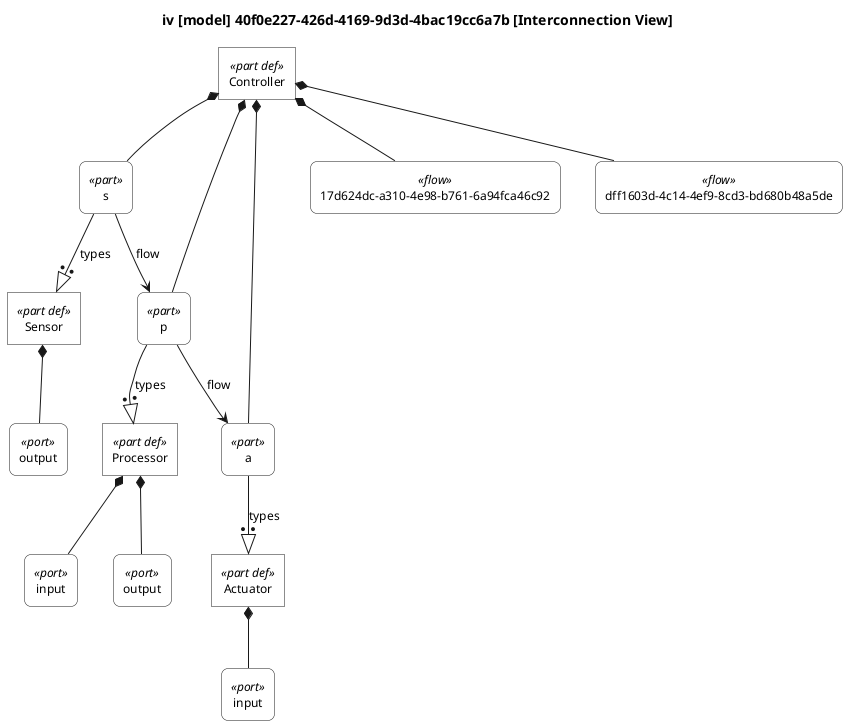
mycr0ft/sysml2py keeps this PlantUML diagram as docs/plantuml-examples/06-interconnection.png. Above is the earlier version.
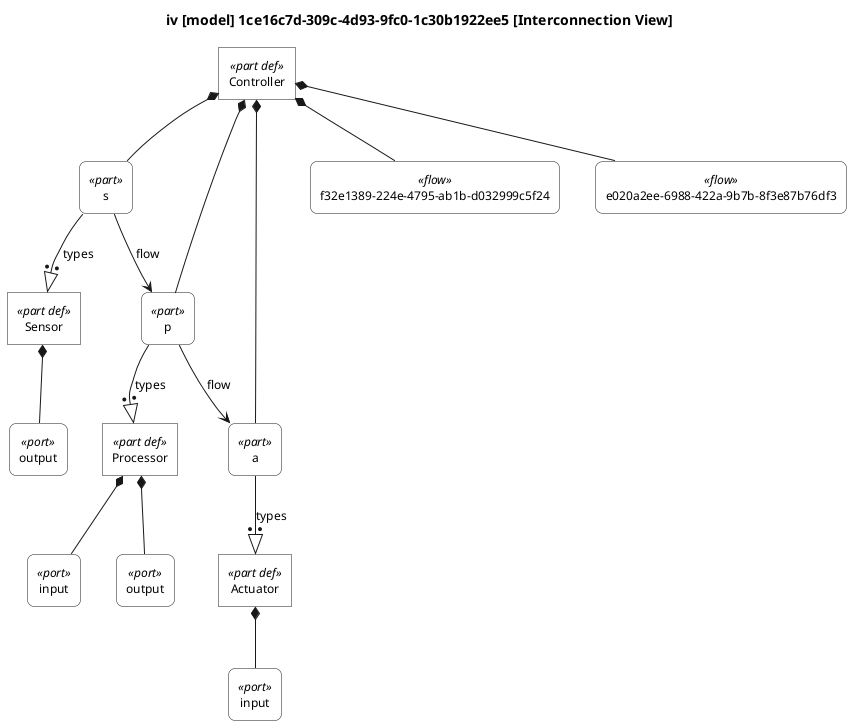
After the change.

Change to the diagram source:
```diff
@@ -64,7 +64,7 @@
 
 top to bottom direction
 
-title iv [model] 40f0e227-426d-4169-9d3d-4bac19cc6a7b [Interconnection View]
+title iv [model] 1ce16c7d-309c-4d93-9fc0-1c30b1922ee5 [Interconnection View]
 
 hide circle
 
@@ -79,8 +79,8 @@
 rectangle "s" as E9 <<part>>
 rectangle "p" as E10 <<part>>
 rectangle "a" as E11 <<part>>
-rectangle "17d624dc-a310-4e98-b761-6a94fca46c92" as E12 <<flow>>
-rectangle "dff1603d-4c14-4ef9-8cd3-bd680b48a5de" as E13 <<flow>>
+rectangle "f32e1389-224e-4795-ab1b-d032999c5f24" as E12 <<flow>>
+rectangle "e020a2ee-6988-422a-9b7b-8f3e87b76df3" as E13 <<flow>>
 
 E1 *-- E2
 E3 *-- E4
```
